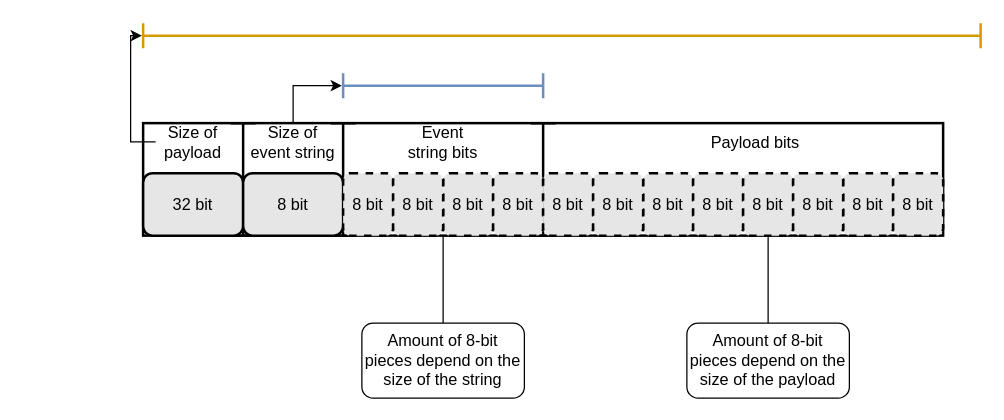
Earlier version of the draw.io diagram artefacts/Architecture/payload_shape.drawio (duart38/serverless-sockets). Source tidied: cells renumbered, new cells numbered last; positions are measured from the earlier drawing's top-left corner, leaving out a move shared by most shapes. Both pictures are drawn from the tidied source at 125%, with x=0, y=0 at pixel (142, 22).
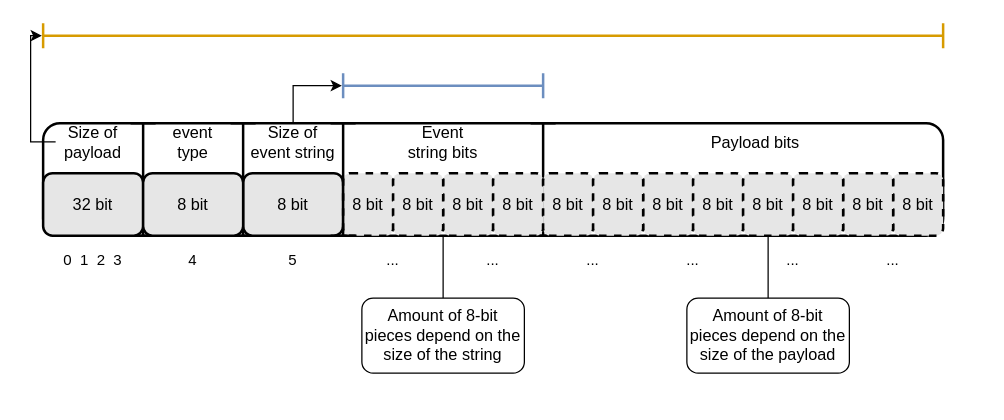
The same diagram, later.

Diff of the diagram source:
```diff
@@
-    <mxCell id="2" style="rounded=0;whiteSpace=wrap;html=1;fontSize=13;align=left;strokeWidth=2;" parent="1" vertex="1">
-      <mxGeometry y="80" width="640" height="90" as="geometry" />
+    <mxCell id="2" style="rounded=1;whiteSpace=wrap;html=1;fontSize=13;align=left;strokeWidth=2;perimeterSpacing=0;" parent="1" vertex="1">
+      <mxGeometry x="-80" y="80" width="720" height="90" as="geometry" />
     </mxCell>
+    <mxCell id="29" value="8 bit" style="rounded=1;whiteSpace=wrap;html=1;fontSize=13;strokeWidth=2;fillColor=#E6E6E6;gradientColor=none;align=center;dashed=1;" parent="1" vertex="1">
+      <mxGeometry x="600" y="120" width="40" height="50" as="geometry" />
+    </mxCell>
     <mxCell id="3" style="shape=crossbar;whiteSpace=wrap;html=1;rounded=1;direction=south;fontSize=13;strokeWidth=2;fillColor=#E6E6E6;gradientColor=none;align=left;" parent="1" vertex="1">
-      <mxGeometry x="70" y="80" width="20" height="90" as="geometry" />
+      <mxGeometry x="-10" y="80" width="20" height="90" as="geometry" />
     </mxCell>
     <mxCell id="4" style="shape=crossbar;whiteSpace=wrap;html=1;rounded=1;direction=south;fontSize=13;strokeWidth=2;fillColor=#E6E6E6;gradientColor=none;align=left;" parent="1" vertex="1">
-      <mxGeometry x="150" y="80" width="20" height="90" as="geometry" />
+      <mxGeometry x="70" y="80" width="20" height="90" as="geometry" />
     </mxCell>
@@
     <mxCell id="6" value="Size of payload" style="text;html=1;strokeColor=none;fillColor=none;align=center;verticalAlign=middle;whiteSpace=wrap;rounded=0;fontSize=13;" parent="1" vertex="1">
-      <mxGeometry x="10" y="80" width="60" height="30" as="geometry" />
+      <mxGeometry x="-70" y="80" width="60" height="30" as="geometry" />
     </mxCell>
@@
     <mxCell id="8" value="32 bit" style="rounded=1;whiteSpace=wrap;html=1;fontSize=13;strokeWidth=2;fillColor=#E6E6E6;gradientColor=none;align=center;" parent="1" vertex="1">
-      <mxGeometry y="120" width="80" height="50" as="geometry" />
+      <mxGeometry x="-80" y="120" width="80" height="50" as="geometry" />
     </mxCell>
@@
     <mxCell id="18" value="Amount of 8-bit pieces depend on the size of the string" style="rounded=1;whiteSpace=wrap;html=1;fontSize=13;strokeWidth=1;align=center;" parent="1" vertex="1">
-      <mxGeometry x="175" y="240" width="130" height="60" as="geometry" />
+      <mxGeometry x="175" y="220" width="130" height="60" as="geometry" />
     </mxCell>
     <mxCell id="19" style="shape=crossbar;whiteSpace=wrap;html=1;rounded=1;fontSize=13;strokeColor=#d79b00;strokeWidth=2;fillColor=#ffe6cc;align=center;perimeterSpacing=1;" parent="1" vertex="1">
-      <mxGeometry width="670" height="20" as="geometry" />
+      <mxGeometry x="-80" width="720" height="20" as="geometry" />
     </mxCell>
@@
-    <mxCell id="29" value="8 bit" style="rounded=1;whiteSpace=wrap;html=1;fontSize=13;strokeWidth=2;fillColor=#E6E6E6;gradientColor=none;align=center;dashed=1;" parent="1" vertex="1">
-      <mxGeometry x="600" y="120" width="40" height="50" as="geometry" />
-    </mxCell>
@@
     <mxCell id="31" value="Amount of 8-bit pieces depend on the size of the payload" style="rounded=1;whiteSpace=wrap;html=1;fontSize=13;strokeWidth=1;align=center;" parent="1" vertex="1">
-      <mxGeometry x="435" y="240" width="130" height="60" as="geometry" />
+      <mxGeometry x="435" y="220" width="130" height="60" as="geometry" />
     </mxCell>
+    <mxCell id="32" style="shape=crossbar;whiteSpace=wrap;html=1;rounded=1;direction=south;fontSize=13;strokeWidth=2;fillColor=#E6E6E6;gradientColor=none;align=left;" parent="1" vertex="1">
+      <mxGeometry x="150" y="80" width="20" height="90" as="geometry" />
+    </mxCell>
+    <mxCell id="33" value="event type" style="text;html=1;strokeColor=none;fillColor=none;align=center;verticalAlign=middle;whiteSpace=wrap;rounded=0;fontSize=13;" parent="1" vertex="1">
+      <mxGeometry x="10" y="80" width="60" height="30" as="geometry" />
+    </mxCell>
+    <mxCell id="34" value="8 bit" style="rounded=1;whiteSpace=wrap;html=1;fontSize=13;strokeWidth=2;fillColor=#E6E6E6;gradientColor=none;align=center;" parent="1" vertex="1">
+      <mxGeometry y="120" width="80" height="50" as="geometry" />
+    </mxCell>
+    <mxCell id="35" value="0 &amp;nbsp;1 &amp;nbsp;2 &amp;nbsp;3" style="text;align=center;verticalAlign=bottom;whiteSpace=wrap;rounded=0;strokeColor=none;glass=0;shadow=0;sketch=0;spacingTop=2;spacing=3;html=1;" parent="1" vertex="1">
+      <mxGeometry x="-80" y="170" width="80" height="30" as="geometry" />
+    </mxCell>
+    <mxCell id="36" value="4" style="text;align=center;verticalAlign=bottom;whiteSpace=wrap;rounded=0;strokeColor=none;glass=0;shadow=0;sketch=0;spacingTop=2;spacing=3;html=1;" parent="1" vertex="1">
+      <mxGeometry y="170" width="80" height="30" as="geometry" />
+    </mxCell>
+    <mxCell id="37" value="5" style="text;align=center;verticalAlign=bottom;whiteSpace=wrap;rounded=0;strokeColor=none;glass=0;shadow=0;sketch=0;spacingTop=2;spacing=3;html=1;" parent="1" vertex="1">
+      <mxGeometry x="80" y="170" width="80" height="30" as="geometry" />
+    </mxCell>
+    <mxCell id="38" value="..." style="text;align=center;verticalAlign=bottom;whiteSpace=wrap;rounded=0;strokeColor=none;glass=0;shadow=0;sketch=0;spacingTop=2;spacing=3;html=1;" parent="1" vertex="1">
+      <mxGeometry x="160" y="170" width="80" height="30" as="geometry" />
+    </mxCell>
+    <mxCell id="39" value="..." style="text;align=center;verticalAlign=bottom;whiteSpace=wrap;rounded=0;strokeColor=none;glass=0;shadow=0;sketch=0;spacingTop=2;spacing=3;html=1;" parent="1" vertex="1">
+      <mxGeometry x="240" y="170" width="80" height="30" as="geometry" />
+    </mxCell>
+    <mxCell id="40" value="..." style="text;align=center;verticalAlign=bottom;whiteSpace=wrap;rounded=0;strokeColor=none;glass=0;shadow=0;sketch=0;spacingTop=2;spacing=3;html=1;" parent="1" vertex="1">
+      <mxGeometry x="320" y="170" width="80" height="30" as="geometry" />
+    </mxCell>
+    <mxCell id="41" value="..." style="text;align=center;verticalAlign=bottom;whiteSpace=wrap;rounded=0;strokeColor=none;glass=0;shadow=0;sketch=0;spacingTop=2;spacing=3;html=1;" parent="1" vertex="1">
+      <mxGeometry x="400" y="170" width="80" height="30" as="geometry" />
+    </mxCell>
+    <mxCell id="42" value="..." style="text;align=center;verticalAlign=bottom;whiteSpace=wrap;rounded=0;strokeColor=none;glass=0;shadow=0;sketch=0;spacingTop=2;spacing=3;html=1;" parent="1" vertex="1">
+      <mxGeometry x="480" y="170" width="80" height="30" as="geometry" />
+    </mxCell>
+    <mxCell id="43" value="..." style="text;align=center;verticalAlign=bottom;whiteSpace=wrap;rounded=0;strokeColor=none;glass=0;shadow=0;sketch=0;spacingTop=2;spacing=3;html=1;" parent="1" vertex="1">
+      <mxGeometry x="560" y="170" width="80" height="30" as="geometry" />
+    </mxCell>
```
